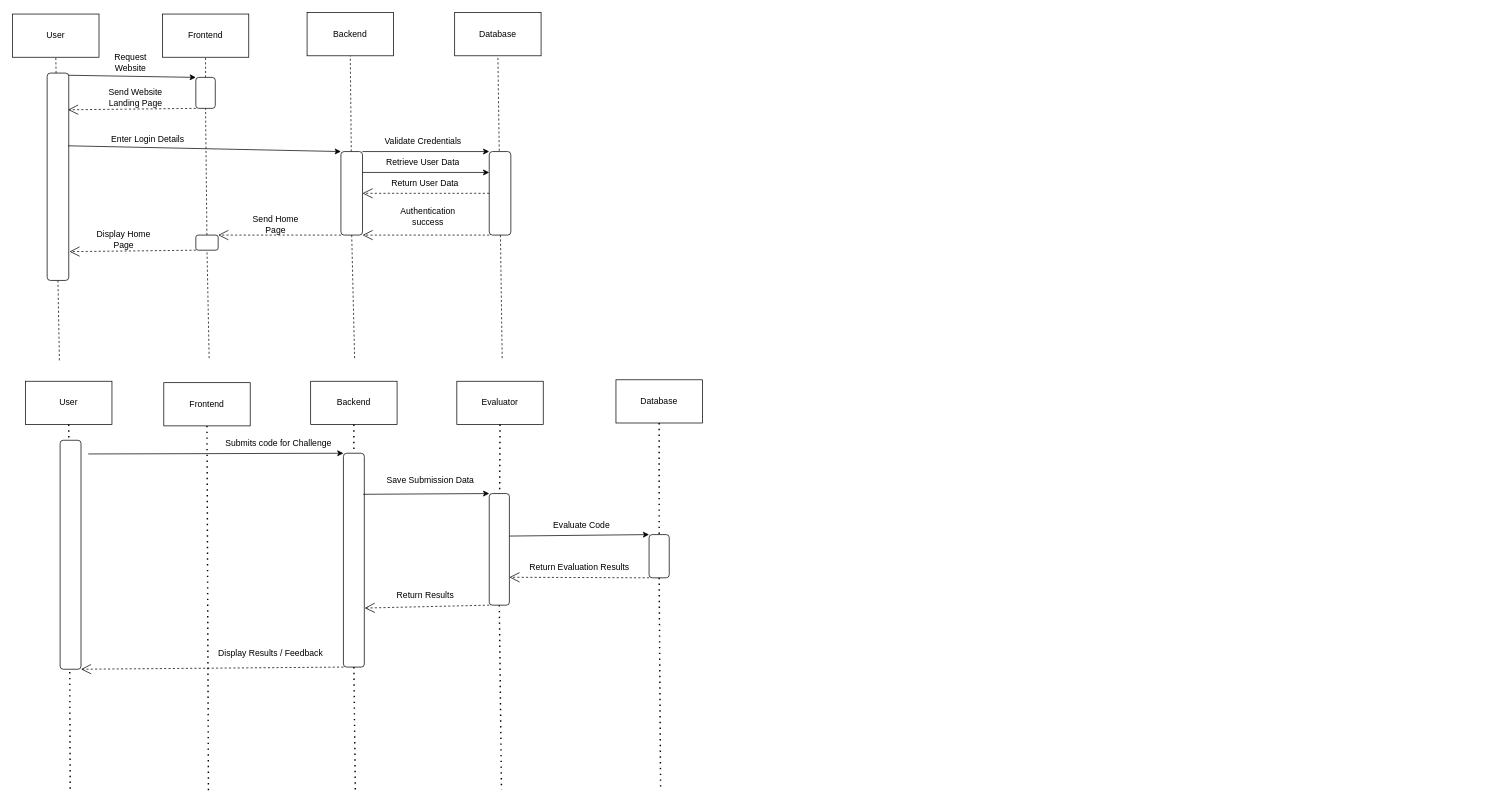
Earlier version of the draw.io diagram Diagrams/Untitled Diagram.drawio (rayesalnasra/code-golf). Source tidied: cells renumbered, new cells numbered last; positions are measured from the earlier drawing's top-left corner, leaving out a move shared by most shapes. Both pictures are drawn from the tidied source at 72%, with x=0, y=0 at pixel (12, 12).
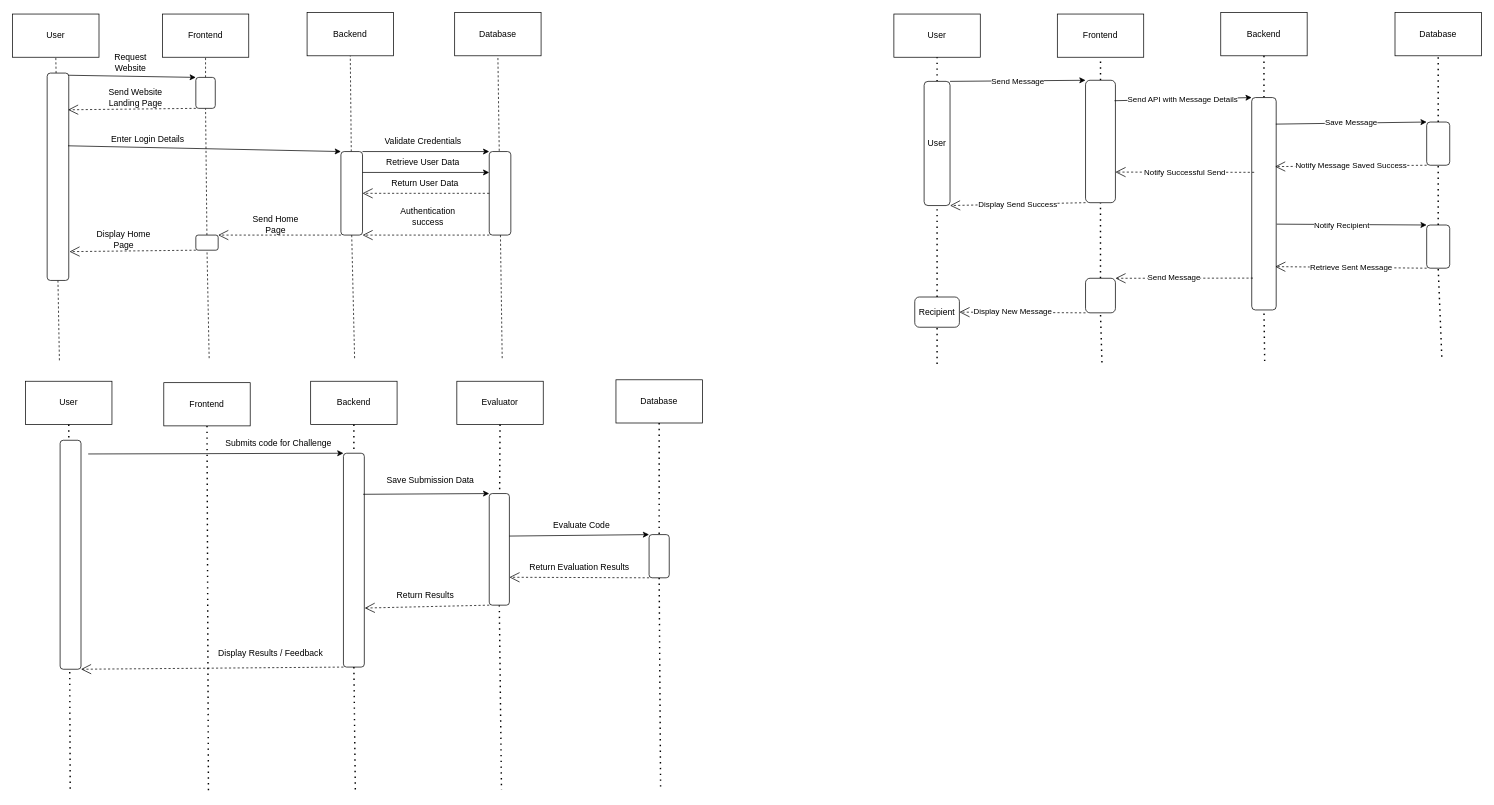
Above is the later version.

Commit message:
UML Sequence Diagram V2

What changed in the source:
```diff
@@
+    <mxCell id="66" value="User" style="rounded=0;whiteSpace=wrap;html=1;" parent="1" vertex="1">
+      <mxGeometry x="1224" y="2" width="120" height="60" as="geometry" />
+    </mxCell>
+    <mxCell id="67" value="Frontend" style="rounded=0;whiteSpace=wrap;html=1;" parent="1" vertex="1">
+      <mxGeometry x="1451" y="2" width="120" height="60" as="geometry" />
+    </mxCell>
+    <mxCell id="68" value="Backend" style="rounded=0;whiteSpace=wrap;html=1;" parent="1" vertex="1">
+      <mxGeometry x="1678" width="120" height="60" as="geometry" />
+    </mxCell>
+    <mxCell id="69" value="Database" style="rounded=0;whiteSpace=wrap;html=1;" parent="1" vertex="1">
+      <mxGeometry x="1920" width="120" height="60" as="geometry" />
+    </mxCell>
+    <mxCell id="70" style="endArrow=none;dashed=1;html=1;dashPattern=1 3;strokeWidth=2;rounded=0;entryX=0.5;entryY=1;entryDx=0;entryDy=0;" parent="1" edge="1" source="87" target="66">
+      <mxGeometry relative="1" as="geometry" />
+    </mxCell>
+    <mxCell id="71" style="endArrow=none;dashed=1;html=1;dashPattern=1 3;strokeWidth=2;rounded=0;entryX=0.5;entryY=1;entryDx=0;entryDy=0;" parent="1" edge="1" source="76" target="67">
+      <mxGeometry relative="1" as="geometry" />
+    </mxCell>
+    <mxCell id="72" style="endArrow=none;dashed=1;html=1;dashPattern=1 3;strokeWidth=2;rounded=0;entryX=0.5;entryY=1;entryDx=0;entryDy=0;" parent="1" edge="1" source="79" target="68">
+      <mxGeometry relative="1" as="geometry" />
+    </mxCell>
+    <mxCell id="73" style="endArrow=none;dashed=1;html=1;dashPattern=1 3;strokeWidth=2;rounded=0;entryX=0.5;entryY=1;entryDx=0;entryDy=0;" parent="1" edge="1" source="81" target="69">
+      <mxGeometry relative="1" as="geometry" />
+    </mxCell>
+    <mxCell id="74" value="Send Message" style="endArrow=classic;html=1;rounded=0;exitX=1;exitY=0;exitDx=0;exitDy=0;entryX=0;entryY=0;entryDx=0;entryDy=0;" parent="1" edge="1" source="87" target="76">
+      <mxGeometry relative="1" as="geometry" />
+    </mxCell>
+    <mxCell id="75" style="endArrow=none;dashed=1;html=1;dashPattern=1 3;strokeWidth=2;rounded=0;entryX=0.5;entryY=1;entryDx=0;entryDy=0;" parent="1" edge="1" source="96" target="76">
+      <mxGeometry relative="1" as="geometry" />
+    </mxCell>
+    <mxCell id="76" style="rounded=1;whiteSpace=wrap;html=1;" parent="1" vertex="1">
+      <mxGeometry x="1490.2" y="94" width="41.5" height="170" as="geometry" />
+    </mxCell>
+    <mxCell id="77" value="Send API with Message Details" style="endArrow=classic;html=1;rounded=0;exitX=0.969;exitY=0.167;exitDx=0;exitDy=0;exitPerimeter=0;entryX=0;entryY=0;entryDx=0;entryDy=0;" parent="1" edge="1" source="76" target="79">
+      <mxGeometry relative="1" as="geometry" />
+    </mxCell>
+    <mxCell id="78" style="endArrow=none;dashed=1;html=1;dashPattern=1 3;strokeWidth=2;rounded=0;entryX=0.5;entryY=1;entryDx=0;entryDy=0;" parent="1" edge="1" target="79">
+      <mxGeometry relative="1" as="geometry">
+        <mxPoint x="1739" y="484" as="sourcePoint" />
+      </mxGeometry>
+    </mxCell>
+    <mxCell id="79" style="rounded=1;whiteSpace=wrap;html=1;" parent="1" vertex="1">
+      <mxGeometry x="1721" y="118" width="34" height="295" as="geometry" />
+    </mxCell>
+    <mxCell id="80" style="endArrow=none;dashed=1;html=1;dashPattern=1 3;strokeWidth=2;rounded=0;entryX=0.5;entryY=1;entryDx=0;entryDy=0;" parent="1" edge="1" source="91" target="81">
+      <mxGeometry relative="1" as="geometry" />
+    </mxCell>
+    <mxCell id="81" style="rounded=1;whiteSpace=wrap;html=1;" parent="1" vertex="1">
+      <mxGeometry x="1964" y="152" width="32" height="60" as="geometry" />
+    </mxCell>
+    <mxCell id="82" value="Save Message" style="endArrow=classic;html=1;rounded=0;exitX=0.984;exitY=0.125;exitDx=0;exitDy=0;entryX=0;entryY=0;entryDx=0;entryDy=0;exitPerimeter=0;" parent="1" edge="1" source="79" target="81">
+      <mxGeometry relative="1" as="geometry" />
+    </mxCell>
+    <mxCell id="83" value="Notify Message Saved Success" style="endArrow=open;endSize=12;dashed=1;html=1;rounded=0;exitX=0;exitY=1;exitDx=0;exitDy=0;entryX=0.954;entryY=0.325;entryDx=0;entryDy=0;entryPerimeter=0;" parent="1" edge="1" source="81" target="79">
+      <mxGeometry relative="1" as="geometry" />
+    </mxCell>
+    <mxCell id="84" value="Notify Successful Send" style="endArrow=open;endSize=12;dashed=1;html=1;rounded=0;exitX=0.101;exitY=0.352;exitDx=0;exitDy=0;entryX=1;entryY=0.75;entryDx=0;entryDy=0;exitPerimeter=0;" parent="1" edge="1" source="79" target="76">
+      <mxGeometry relative="1" as="geometry" />
+    </mxCell>
+    <mxCell id="85" value="Display Send Success" style="endArrow=open;endSize=12;dashed=1;html=1;rounded=0;exitX=0;exitY=1;exitDx=0;exitDy=0;entryX=1;entryY=1;entryDx=0;entryDy=0;" parent="1" edge="1" source="76" target="87">
+      <mxGeometry relative="1" as="geometry" />
+    </mxCell>
+    <mxCell id="86" style="endArrow=none;dashed=1;html=1;dashPattern=1 3;strokeWidth=2;rounded=0;entryX=0.5;entryY=1;entryDx=0;entryDy=0;" parent="1" edge="1" source="89" target="87">
+      <mxGeometry relative="1" as="geometry" />
+    </mxCell>
+    <mxCell id="87" value="User" style="rounded=1;whiteSpace=wrap;html=1;" parent="1" vertex="1">
+      <mxGeometry x="1266" y="95.5" width="36" height="172.5" as="geometry" />
+    </mxCell>
+    <mxCell id="88" style="endArrow=none;dashed=1;html=1;dashPattern=1 3;strokeWidth=2;rounded=0;entryX=0.5;entryY=1;entryDx=0;entryDy=0;" parent="1" edge="1" target="89">
+      <mxGeometry relative="1" as="geometry">
+        <mxPoint x="1284" y="488" as="sourcePoint" />
+      </mxGeometry>
+    </mxCell>
+    <mxCell id="89" value="Recipient" style="rounded=1;whiteSpace=wrap;html=1;" parent="1" vertex="1">
+      <mxGeometry x="1253" y="395" width="62" height="42" as="geometry" />
+    </mxCell>
+    <mxCell id="90" style="endArrow=none;dashed=1;html=1;dashPattern=1 3;strokeWidth=2;rounded=0;entryX=0.5;entryY=1;entryDx=0;entryDy=0;" parent="1" edge="1" target="91">
+      <mxGeometry relative="1" as="geometry">
+        <mxPoint x="1985" y="478" as="sourcePoint" />
+      </mxGeometry>
+    </mxCell>
+    <mxCell id="91" style="rounded=1;whiteSpace=wrap;html=1;" parent="1" vertex="1">
+      <mxGeometry x="1964" y="295" width="32" height="60" as="geometry" />
+    </mxCell>
+    <mxCell id="92" style="endArrow=classic;html=1;rounded=0;exitX=1.02;exitY=0.596;exitDx=0;exitDy=0;exitPerimeter=0;entryX=0;entryY=0;entryDx=0;entryDy=0;" parent="1" edge="1" source="79" target="91">
+      <mxGeometry relative="1" as="geometry" />
+    </mxCell>
+    <mxCell id="93" value="Notify Recipient" style="edgeLabel;html=1;align=center;verticalAlign=middle;" parent="92" vertex="1">
+      <mxGeometry x="-0.14" y="-1" relative="1" as="geometry" />
+    </mxCell>
+    <mxCell id="94" value="Retrieve Sent Message" style="endArrow=open;endSize=12;dashed=1;html=1;rounded=0;exitX=0;exitY=1;exitDx=0;exitDy=0;entryX=0.961;entryY=0.796;entryDx=0;entryDy=0;entryPerimeter=0;" parent="1" edge="1" source="91" target="79">
+      <mxGeometry relative="1" as="geometry" />
+    </mxCell>
+    <mxCell id="95" style="endArrow=none;dashed=1;html=1;dashPattern=1 3;strokeWidth=2;rounded=0;entryX=0.5;entryY=1;entryDx=0;entryDy=0;" parent="1" edge="1" target="96">
+      <mxGeometry relative="1" as="geometry">
+        <mxPoint x="1513" y="486" as="sourcePoint" />
+      </mxGeometry>
+    </mxCell>
+    <mxCell id="96" style="rounded=1;whiteSpace=wrap;html=1;" parent="1" vertex="1">
+      <mxGeometry x="1490.2" y="369" width="41.5" height="48" as="geometry" />
+    </mxCell>
+    <mxCell id="97" value="Send Message" style="endArrow=open;endSize=12;dashed=1;html=1;rounded=0;exitX=0.049;exitY=0.85;exitDx=0;exitDy=0;entryX=1;entryY=0;entryDx=0;entryDy=0;exitPerimeter=0;" parent="1" edge="1" source="79" target="96">
+      <mxGeometry x="0.15" y="-1" relative="1" as="geometry" />
+    </mxCell>
+    <mxCell id="98" value="Display New Message" style="endArrow=open;endSize=12;dashed=1;html=1;rounded=0;exitX=0;exitY=1;exitDx=0;exitDy=0;entryX=1;entryY=0.5;entryDx=0;entryDy=0;" parent="1" edge="1" source="96" target="89">
+      <mxGeometry x="0.15" y="-1" relative="1" as="geometry" />
+    </mxCell>
```
